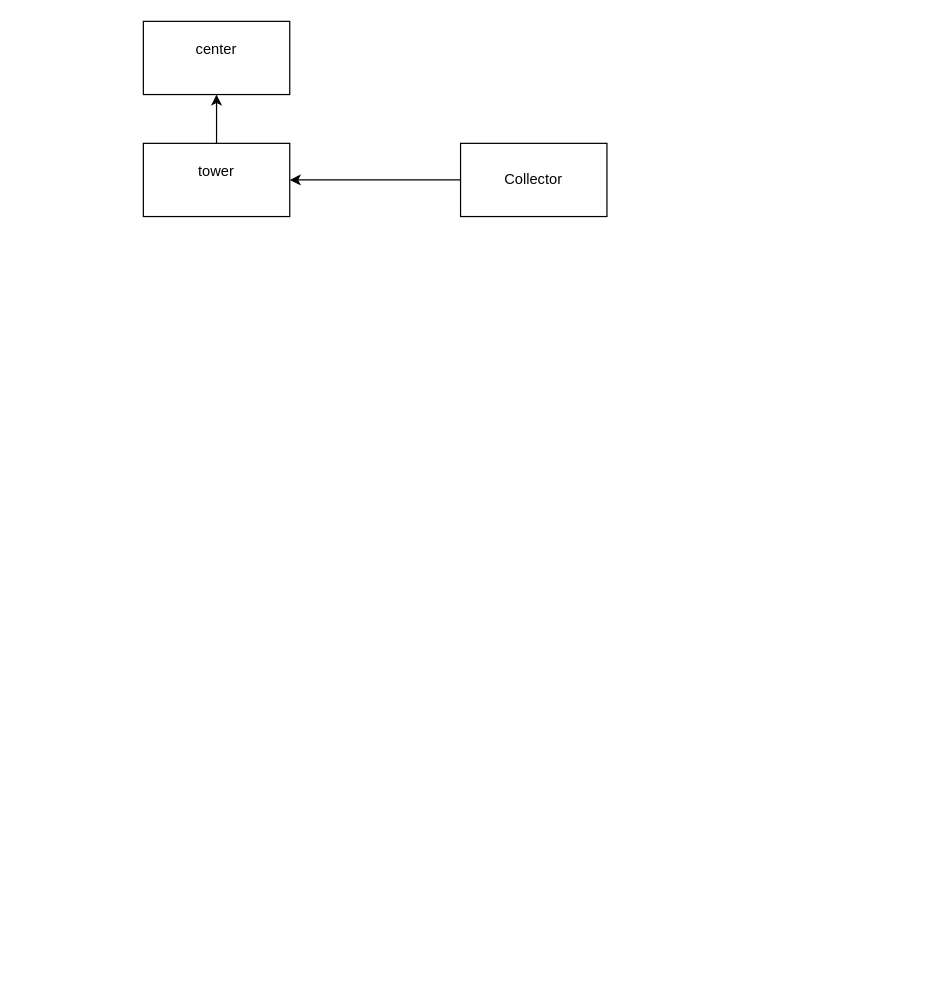
Above: 监测系统.drawio in spinoza1989/drawIO (draw.io), before the change. Source tidied: cells renumbered, new cells numbered last; positions are measured from the earlier drawing's top-left corner, leaving out a move shared by most shapes. Both pictures are drawn from the tidied source at 122%, with x=0, y=0 at pixel (143, 21).
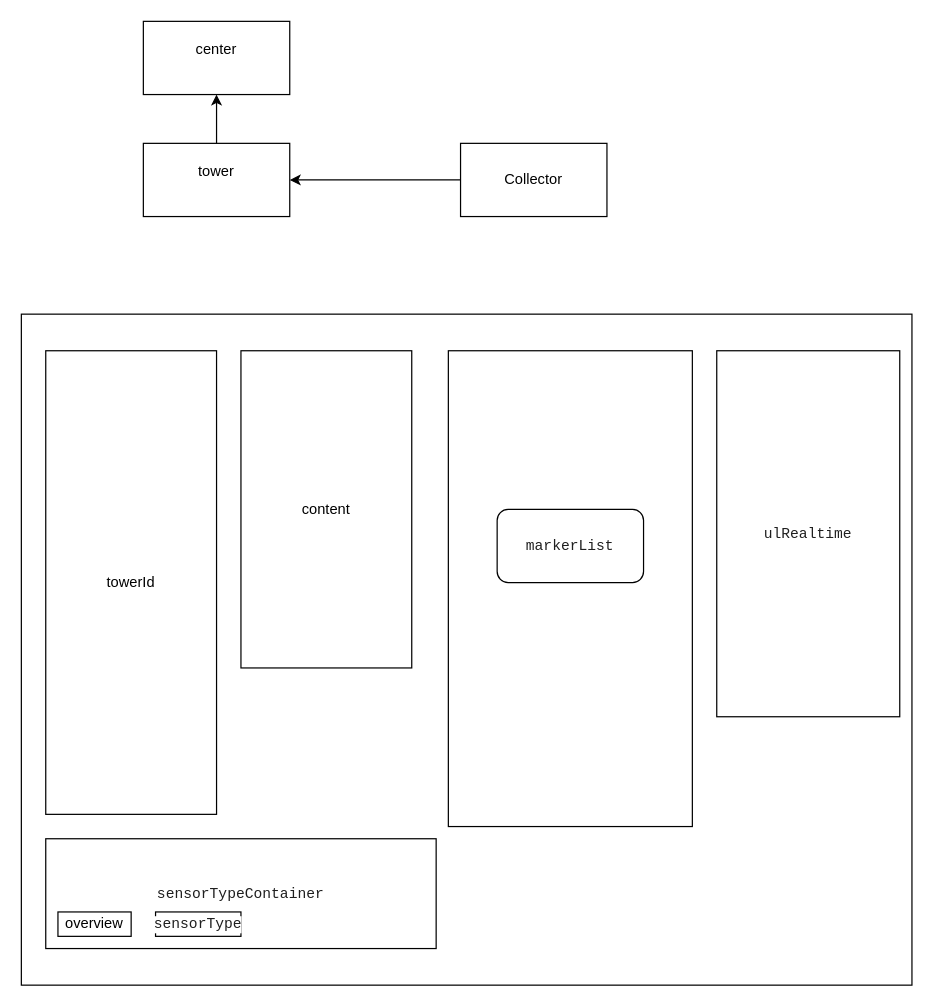
The same diagram, later.

What changed in the source:
```diff
@@
 <mxGraphModel>
   <root>
     <mxCell id="0" />
     <mxCell id="1" parent="0" />
     <mxCell id="2" style="edgeStyle=orthogonalEdgeStyle;rounded=0;jettySize=auto;html=1;exitX=0.5;exitY=0;exitDx=0;exitDy=0;entryX=0.5;entryY=1;entryDx=0;entryDy=0;" parent="1" edge="1" source="3" target="6">
       <mxGeometry relative="1" as="geometry" />
     </mxCell>
     <mxCell id="3" value="&lt;div&gt;tower&lt;/div&gt;&lt;div&gt;&lt;br&gt;&lt;/div&gt;" style="rounded=0;whiteSpace=wrap;html=1;" parent="1" vertex="1">
       <mxGeometry y="100" width="120" height="60" as="geometry" />
     </mxCell>
     <mxCell id="4" value="Collector" style="rounded=0;whiteSpace=wrap;html=1;" parent="1" vertex="1">
       <mxGeometry x="260" y="100" width="120" height="60" as="geometry" />
     </mxCell>
     <mxCell id="5" style="endArrow=classic;html=1;rounded=0;exitX=0;exitY=0.5;exitDx=0;exitDy=0;entryX=1;entryY=0.5;entryDx=0;entryDy=0;" parent="1" edge="1" source="4" target="3">
       <mxGeometry relative="1" as="geometry" />
     </mxCell>
     <mxCell id="6" value="center&lt;div&gt;&lt;br&gt;&lt;/div&gt;" style="rounded=0;whiteSpace=wrap;html=1;" parent="1" vertex="1">
       <mxGeometry width="120" height="60" as="geometry" />
     </mxCell>
+    <mxCell id="7" style="rounded=0;whiteSpace=wrap;html=1;" parent="1" vertex="1">
+      <mxGeometry x="-100" y="240" width="730" height="550" as="geometry" />
+    </mxCell>
+    <mxCell id="8" value="towerId" style="rounded=0;whiteSpace=wrap;html=1;" parent="1" vertex="1">
+      <mxGeometry x="-80" y="270" width="140" height="380" as="geometry" />
+    </mxCell>
+    <mxCell id="9" value="content" style="rounded=0;whiteSpace=wrap;html=1;" parent="1" vertex="1">
+      <mxGeometry x="80" y="270" width="140" height="260" as="geometry" />
+    </mxCell>
+    <mxCell id="10" style="rounded=0;whiteSpace=wrap;html=1;" parent="1" vertex="1">
+      <mxGeometry x="250" y="270" width="200" height="390" as="geometry" />
+    </mxCell>
+    <mxCell id="11" value="&lt;span style=&quot;color: rgb(31, 31, 31); font-family: monospace; text-align: left; white-space-collapse: preserve; background-color: rgb(255, 255, 255);&quot;&gt;markerList&lt;/span&gt;" style="rounded=1;whiteSpace=wrap;html=1;" parent="1" vertex="1">
+      <mxGeometry x="290" y="400" width="120" height="60" as="geometry" />
+    </mxCell>
+    <mxCell id="12" value="&lt;span style=&quot;color: rgb(31, 31, 31); font-family: monospace; text-align: left; white-space-collapse: preserve; background-color: rgb(255, 255, 255);&quot;&gt;ulRealtime&lt;/span&gt;" style="rounded=0;whiteSpace=wrap;html=1;" parent="1" vertex="1">
+      <mxGeometry x="470" y="270" width="150" height="300" as="geometry" />
+    </mxCell>
+    <mxCell id="13" value="&lt;span style=&quot;color: rgb(31, 31, 31); font-family: monospace; text-align: left; white-space-collapse: preserve; background-color: rgb(255, 255, 255);&quot;&gt;sensorTypeContainer&lt;/span&gt;" style="rounded=0;whiteSpace=wrap;html=1;" parent="1" vertex="1">
+      <mxGeometry x="-80" y="670" width="320" height="90" as="geometry" />
+    </mxCell>
+    <mxCell id="14" value="overview" style="rounded=0;whiteSpace=wrap;html=1;" parent="1" vertex="1">
+      <mxGeometry x="-70" y="730" width="60" height="20" as="geometry" />
+    </mxCell>
+    <mxCell id="15" value="&lt;span style=&quot;color: rgb(31, 31, 31); font-family: monospace; text-align: left; white-space-collapse: preserve; background-color: rgb(255, 255, 255);&quot;&gt;sensorType&lt;/span&gt;" style="rounded=0;whiteSpace=wrap;html=1;" parent="1" vertex="1">
+      <mxGeometry x="10" y="730" width="70" height="20" as="geometry" />
+    </mxCell>
   </root>
 </mxGraphModel>
```
